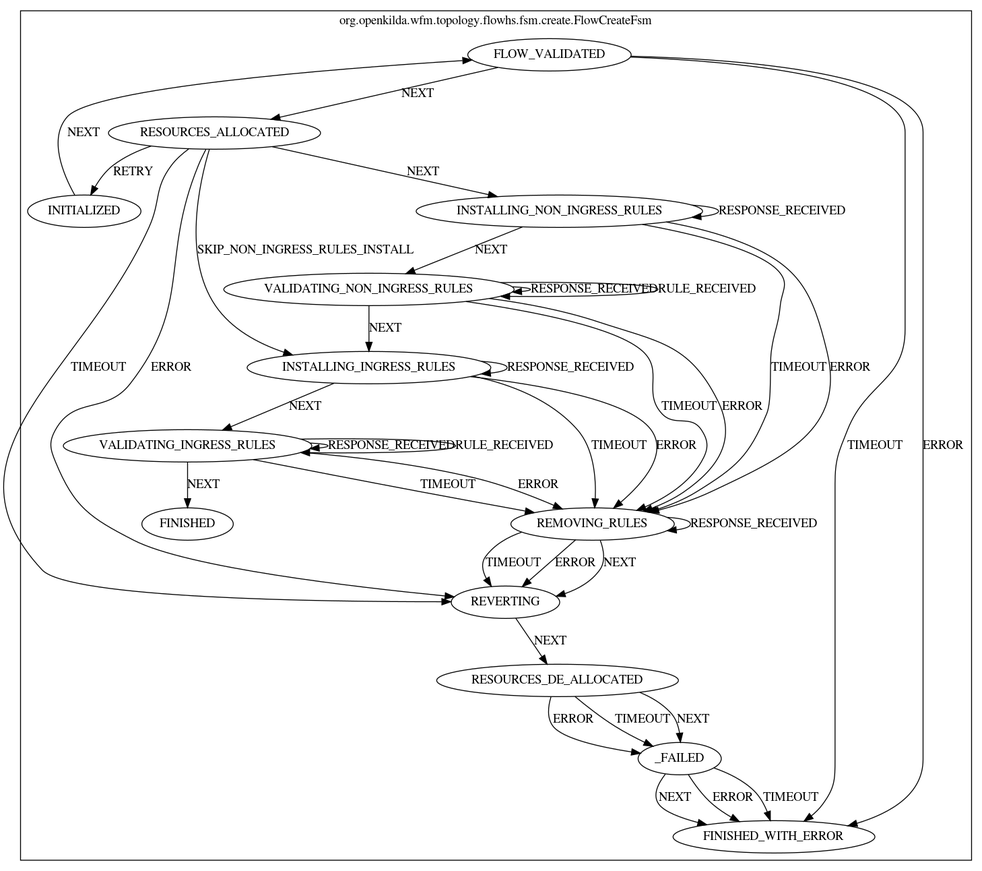
Earlier version of the Graphviz export docs/design/hub-and-spoke/crud/create/flow-create-fsm.png (telstra/open-kilda). Its source is kept beside it as docs/design/hub-and-spoke/crud/create/flow-create-fsm.dot.
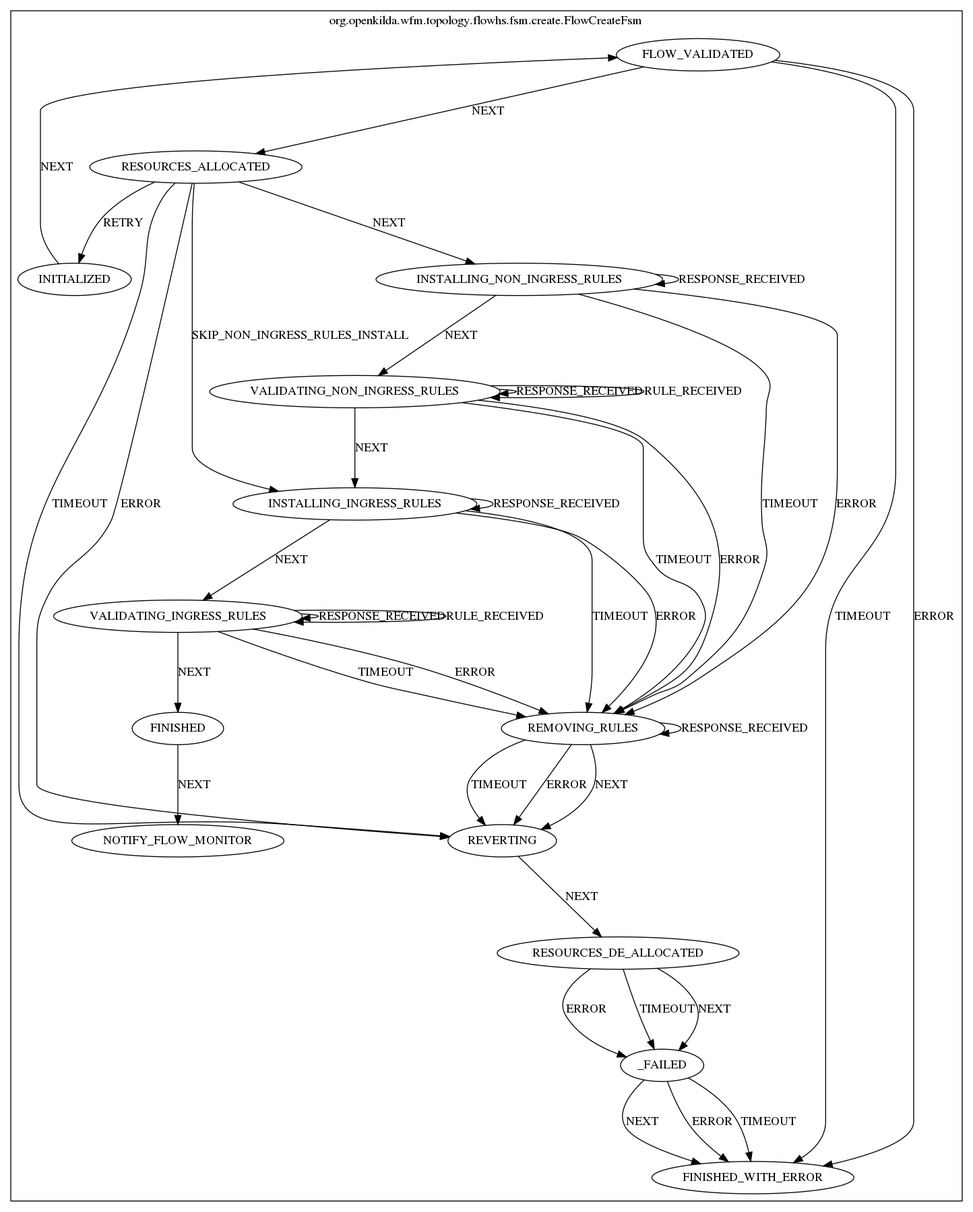
The same file after the commit.

The edit, as a diff of the source:
```diff
@@ -15,6 +15,7 @@
 FINISHED_WITH_ERROR [label="FINISHED_WITH_ERROR"];
 INSTALLING_NON_INGRESS_RULES [label="INSTALLING_NON_INGRESS_RULES"];
 REMOVING_RULES [label="REMOVING_RULES"];
+NOTIFY_FLOW_MONITOR [label="NOTIFY_FLOW_MONITOR"];
 
 RESOURCES_DE_ALLOCATED -> _FAILED [ label="ERROR"];
 RESOURCES_DE_ALLOCATED -> _FAILED [ label="TIMEOUT"];
@@ -36,6 +37,7 @@
 VALIDATING_INGRESS_RULES -> VALIDATING_INGRESS_RULES [ label="RESPONSE_RECEIVED"];
 VALIDATING_INGRESS_RULES -> VALIDATING_INGRESS_RULES [ label="RULE_RECEIVED"];
 VALIDATING_INGRESS_RULES -> FINISHED [ label="NEXT"];
+FINISHED -> NOTIFY_FLOW_MONITOR [ label="NEXT"];
 VALIDATING_INGRESS_RULES -> REMOVING_RULES [ label="TIMEOUT"];
 VALIDATING_INGRESS_RULES -> REMOVING_RULES [ label="ERROR"];
 REVERTING -> RESOURCES_DE_ALLOCATED [ label="NEXT"];
```
